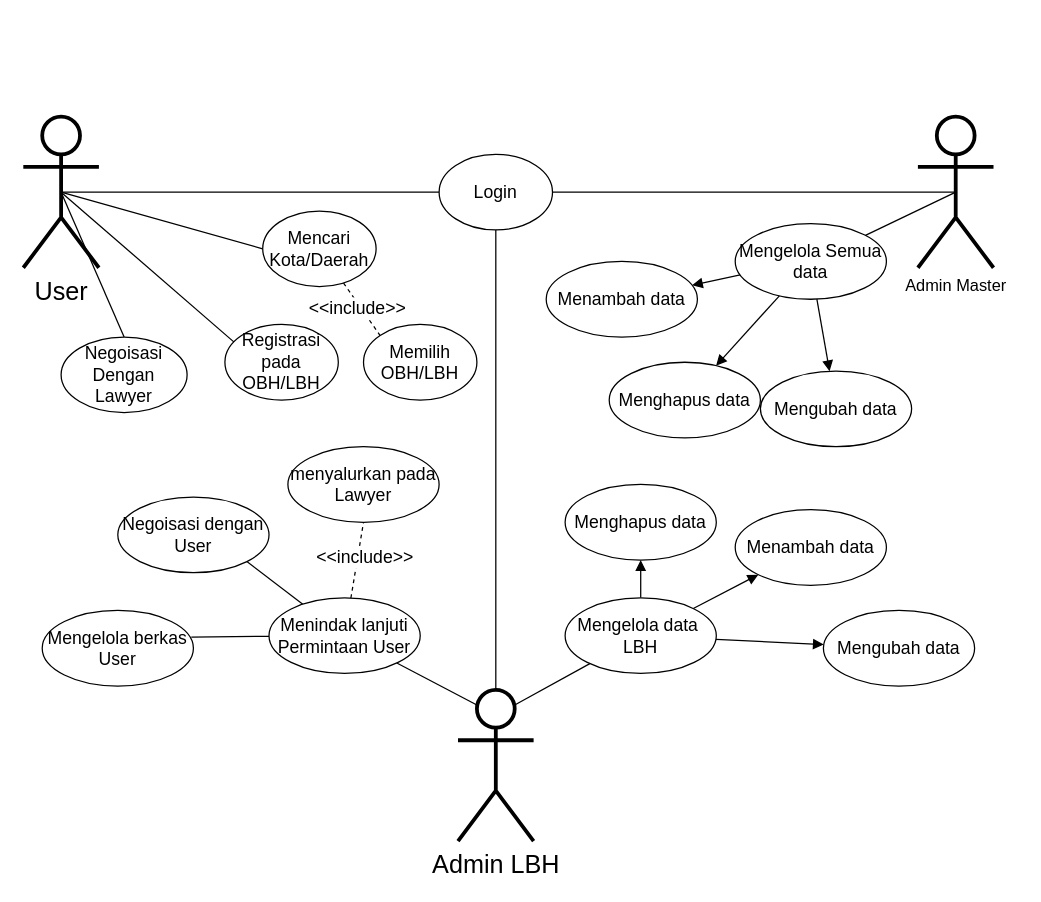
This is All_Diagram-PUI.drawio from naufalfirman23/FILE-DIAGRAM, a draw.io file, before an edit. Source tidied: cells renumbered, new cells numbered last; positions are measured from the earlier drawing's top-left corner, leaving out a move shared by most shapes. Both pictures are drawn from the tidied source at 126%, with x=0, y=0 at pixel (23, 116).
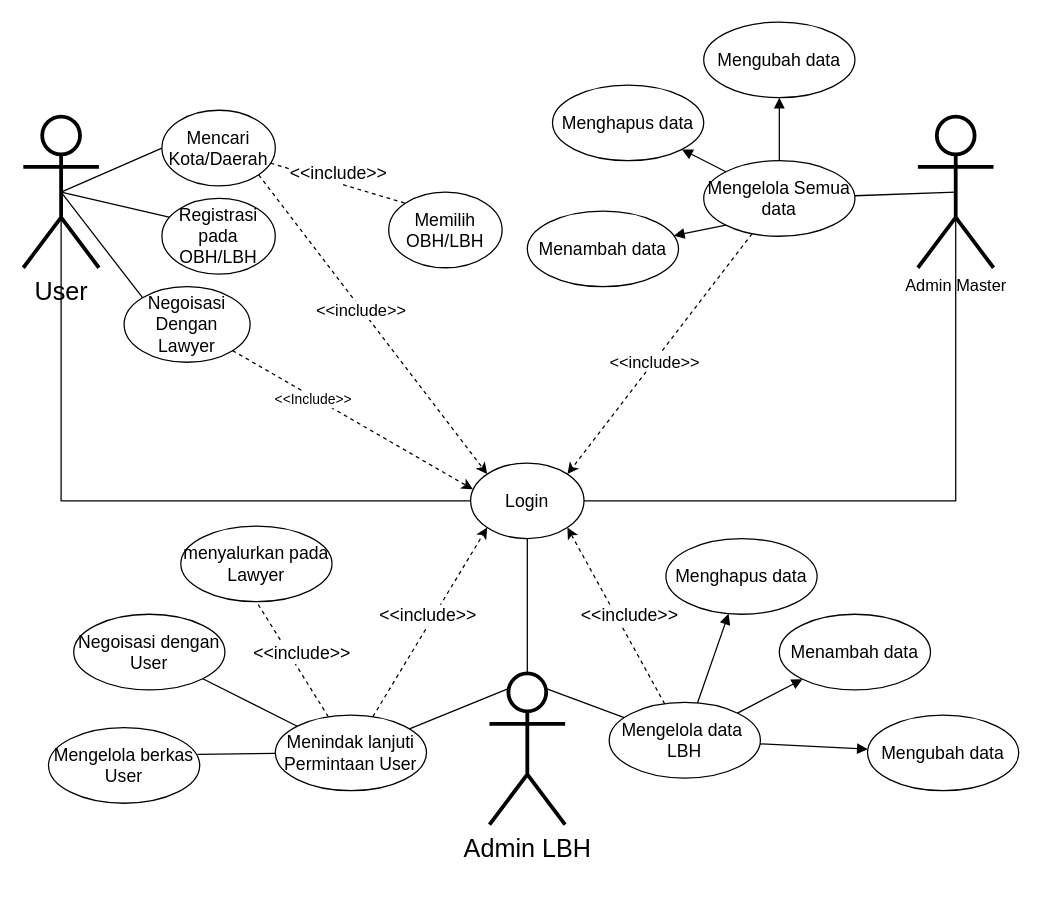
After the change.

Unchanged cells that the change refers to:
```xml
<mxCell id="8" style="rounded=0;jettySize=auto;html=1;entryX=0;entryY=0;entryDx=0;entryDy=0;endArrow=none;endFill=0;dashed=1;fontSize=14;" parent="1" edge="1" source="10" target="11">
  <mxGeometry relative="1" as="geometry" />
</mxCell>
<mxCell id="39" value="&lt;font style=&quot;font-size: 20px;&quot;&gt;User&lt;/font&gt;" style="shape=umlActor;verticalLabelPosition=bottom;verticalAlign=top;html=1;outlineConnect=0;strokeWidth=3;" parent="1" vertex="1">
  <mxGeometry width="60" height="120" as="geometry" />
</mxCell>
<mxCell id="40" value="&lt;font style=&quot;font-size: 13px;&quot;&gt;Admin Master&lt;/font&gt;" style="shape=umlActor;verticalLabelPosition=bottom;verticalAlign=top;html=1;outlineConnect=0;strokeWidth=3;" parent="1" vertex="1">
  <mxGeometry x="710" width="60" height="120" as="geometry" />
</mxCell>
```

What changed in the source:
```diff
@@
-    <mxCell id="2" style="rounded=0;jettySize=auto;html=1;endArrow=none;endFill=0;exitX=0.5;exitY=0.5;exitDx=0;exitDy=0;exitPerimeter=0;" parent="1" edge="1" source="40" target="6">
-      <mxGeometry relative="1" as="geometry" />
+    <mxCell id="2" style="rounded=0;jettySize=auto;html=1;endArrow=none;endFill=0;exitX=0.5;exitY=0.5;exitDx=0;exitDy=0;exitPerimeter=0;edgeStyle=orthogonalEdgeStyle;" parent="1" edge="1" source="40" target="6">
+      <mxGeometry relative="1" as="geometry">
+        <Array as="points">
+          <mxPoint x="740" y="305" />
+        </Array>
+      </mxGeometry>
     </mxCell>
@@
     <mxCell id="6" value="Login" style="ellipse;whiteSpace=wrap;html=1;fontSize=14;" parent="1" vertex="1">
-      <mxGeometry x="330" y="30" width="90" height="60" as="geometry" />
+      <mxGeometry x="355" y="275" width="90" height="60" as="geometry" />
     </mxCell>
-    <mxCell id="7" style="rounded=0;jettySize=auto;html=1;entryX=0;entryY=0.5;entryDx=0;entryDy=0;endArrow=none;endFill=0;exitX=0.5;exitY=0.5;exitDx=0;exitDy=0;exitPerimeter=0;fontSize=14;" parent="1" edge="1" source="39" target="6">
-      <mxGeometry relative="1" as="geometry" />
+    <mxCell id="7" style="rounded=0;jettySize=auto;html=1;entryX=0;entryY=0.5;entryDx=0;entryDy=0;endArrow=none;endFill=0;exitX=0.5;exitY=0.5;exitDx=0;exitDy=0;exitPerimeter=0;fontSize=14;edgeStyle=orthogonalEdgeStyle;" parent="1" edge="1" source="39" target="6">
+      <mxGeometry relative="1" as="geometry">
+        <Array as="points">
+          <mxPoint x="30" y="305" />
+        </Array>
+      </mxGeometry>
     </mxCell>
@@
     <mxCell id="9" value="&amp;lt;&amp;lt;include&amp;gt;&amp;gt;" style="edgeLabel;html=1;align=center;verticalAlign=middle;fontSize=14;" parent="8" vertex="1">
       <mxGeometry x="-0.37" y="-1" relative="1" as="geometry">
-        <mxPoint x="2" y="6" as="offset" />
+        <mxPoint x="20" y="-3" as="offset" />
       </mxGeometry>
     </mxCell>
+    <mxCell id="43" style="rounded=0;jettySize=auto;html=1;dashed=1;entryX=0;entryY=0;entryDx=0;entryDy=0;exitX=1;exitY=1;exitDx=0;exitDy=0;" parent="1" edge="1" source="10" target="6">
+      <mxGeometry relative="1" as="geometry" />
+    </mxCell>
+    <mxCell id="44" value="&amp;lt;&amp;lt;include&amp;gt;&amp;gt;" style="edgeLabel;html=1;align=center;verticalAlign=middle;fontSize=13;" parent="43" vertex="1">
+      <mxGeometry x="-0.1" y="-1" relative="1" as="geometry" />
+    </mxCell>
     <mxCell id="10" value="Mencari Kota/Daerah" style="ellipse;whiteSpace=wrap;html=1;fontSize=14;" parent="1" vertex="1">
-      <mxGeometry x="190" y="75" width="90" height="60" as="geometry" />
+      <mxGeometry x="110" y="-5" width="90" height="60" as="geometry" />
     </mxCell>
     <mxCell id="11" value="Memilih OBH/LBH" style="ellipse;whiteSpace=wrap;html=1;fontSize=14;" parent="1" vertex="1">
-      <mxGeometry x="270" y="165" width="90" height="60" as="geometry" />
+      <mxGeometry x="290" y="60" width="90" height="60" as="geometry" />
     </mxCell>
     <mxCell id="12" value="&lt;font&gt;Registrasi pada OBH/LBH&lt;/font&gt;" style="ellipse;whiteSpace=wrap;html=1;fontSize=14;" parent="1" vertex="1">
-      <mxGeometry x="160" y="165" width="90" height="60" as="geometry" />
+      <mxGeometry x="110" y="65" width="90" height="60" as="geometry" />
     </mxCell>
-    <mxCell id="13" style="rounded=0;jettySize=auto;html=1;endArrow=block;endFill=1;fontSize=14;" parent="1" edge="1" source="16" target="18">
+    <mxCell id="13" style="rounded=0;jettySize=auto;html=1;endArrow=block;endFill=1;fontSize=14;exitX=0;exitY=1;exitDx=0;exitDy=0;" parent="1" edge="1" source="16" target="18">
       <mxGeometry relative="1" as="geometry" />
     </mxCell>
-    <mxCell id="14" style="rounded=0;jettySize=auto;html=1;endArrow=block;endFill=1;fontSize=14;" parent="1" edge="1" source="16" target="17">
+    <mxCell id="14" style="rounded=0;jettySize=auto;html=1;endArrow=block;endFill=1;fontSize=14;exitX=0;exitY=0;exitDx=0;exitDy=0;" parent="1" edge="1" source="16" target="17">
       <mxGeometry relative="1" as="geometry" />
     </mxCell>
-    <mxCell id="15" style="rounded=0;jettySize=auto;html=1;endArrow=block;endFill=1;fontSize=14;" parent="1" edge="1" source="16" target="19">
+    <mxCell id="15" style="rounded=0;jettySize=auto;html=1;endArrow=block;endFill=1;fontSize=14;exitX=0.5;exitY=0;exitDx=0;exitDy=0;" parent="1" edge="1" source="16" target="19">
       <mxGeometry relative="1" as="geometry" />
     </mxCell>
     <mxCell id="16" value="Mengelola Semua data" style="ellipse;whiteSpace=wrap;html=1;fontSize=14;" parent="1" vertex="1">
-      <mxGeometry x="565" y="85" width="120" height="60" as="geometry" />
+      <mxGeometry x="540" y="35" width="120" height="60" as="geometry" />
     </mxCell>
     <mxCell id="17" value="Menghapus data" style="ellipse;whiteSpace=wrap;html=1;fontSize=14;" parent="1" vertex="1">
-      <mxGeometry x="465" y="195" width="120" height="60" as="geometry" />
+      <mxGeometry x="420" y="-25" width="120" height="60" as="geometry" />
     </mxCell>
     <mxCell id="18" value="Menambah data" style="ellipse;whiteSpace=wrap;html=1;fontSize=14;" parent="1" vertex="1">
-      <mxGeometry x="415" y="115" width="120" height="60" as="geometry" />
+      <mxGeometry x="400" y="75" width="120" height="60" as="geometry" />
     </mxCell>
     <mxCell id="19" value="Mengubah data" style="ellipse;whiteSpace=wrap;html=1;fontSize=14;" parent="1" vertex="1">
-      <mxGeometry x="585" y="202" width="120" height="60" as="geometry" />
+      <mxGeometry x="540" y="-75" width="120" height="60" as="geometry" />
     </mxCell>
@@
+    <mxCell id="45" style="rounded=0;jettySize=auto;html=1;entryX=1;entryY=1;entryDx=0;entryDy=0;dashed=1;" parent="1" edge="1" source="24" target="6">
+      <mxGeometry relative="1" as="geometry" />
+    </mxCell>
     <mxCell id="24" value="Mengelola data&amp;nbsp;&lt;div&gt;LBH&lt;/div&gt;" style="ellipse;whiteSpace=wrap;html=1;fontSize=14;" parent="1" vertex="1">
-      <mxGeometry x="430" y="382" width="120" height="60" as="geometry" />
+      <mxGeometry x="465" y="465" width="120" height="60" as="geometry" />
     </mxCell>
     <mxCell id="25" value="Menghapus data" style="ellipse;whiteSpace=wrap;html=1;fontSize=14;" parent="1" vertex="1">
-      <mxGeometry x="430" y="292" width="120" height="60" as="geometry" />
+      <mxGeometry x="510" y="335" width="120" height="60" as="geometry" />
     </mxCell>
     <mxCell id="26" value="Menambah data" style="ellipse;whiteSpace=wrap;html=1;fontSize=14;" parent="1" vertex="1">
-      <mxGeometry x="565" y="312" width="120" height="60" as="geometry" />
+      <mxGeometry x="600" y="395" width="120" height="60" as="geometry" />
     </mxCell>
     <mxCell id="27" value="Mengubah data" style="ellipse;whiteSpace=wrap;html=1;fontSize=14;" parent="1" vertex="1">
-      <mxGeometry x="635" y="392" width="120" height="60" as="geometry" />
+      <mxGeometry x="670" y="475" width="120" height="60" as="geometry" />
     </mxCell>
@@
+    <mxCell id="46" style="rounded=0;jettySize=auto;html=1;entryX=0;entryY=1;entryDx=0;entryDy=0;dashed=1;" parent="1" edge="1" source="30" target="6">
+      <mxGeometry relative="1" as="geometry" />
+    </mxCell>
     <mxCell id="30" value="Menindak lanjuti&lt;div&gt;Permintaan User&lt;/div&gt;" style="ellipse;whiteSpace=wrap;html=1;fontSize=14;" parent="1" vertex="1">
-      <mxGeometry x="195" y="382" width="120" height="60" as="geometry" />
+      <mxGeometry x="200" y="475" width="120" height="60" as="geometry" />
     </mxCell>
     <mxCell id="31" value="menyalurkan pada Lawyer" style="ellipse;whiteSpace=wrap;html=1;fontSize=14;" parent="1" vertex="1">
-      <mxGeometry x="210" y="262" width="120" height="60" as="geometry" />
+      <mxGeometry x="125" y="325" width="120" height="60" as="geometry" />
     </mxCell>
     <mxCell id="32" value="Negoisasi dengan User" style="ellipse;whiteSpace=wrap;html=1;fontSize=14;" parent="1" vertex="1">
-      <mxGeometry x="75" y="302" width="120" height="60" as="geometry" />
+      <mxGeometry x="40" y="395" width="120" height="60" as="geometry" />
     </mxCell>
     <mxCell id="33" value="Mengelola berkas User" style="ellipse;whiteSpace=wrap;html=1;fontSize=14;" parent="1" vertex="1">
-      <mxGeometry x="15" y="392" width="120" height="60" as="geometry" />
+      <mxGeometry x="20" y="485" width="120" height="60" as="geometry" />
     </mxCell>
@@
-    <mxCell id="36" style="rounded=0;jettySize=auto;html=1;entryX=0.5;entryY=0;entryDx=0;entryDy=0;endArrow=none;startFill=0;exitX=0.5;exitY=0.5;exitDx=0;exitDy=0;exitPerimeter=0;fontSize=14;" parent="1" edge="1" source="39" target="37">
+    <mxCell id="36" style="rounded=0;jettySize=auto;html=1;entryX=0;entryY=0;entryDx=0;entryDy=0;endArrow=none;startFill=0;exitX=0.5;exitY=0.5;exitDx=0;exitDy=0;exitPerimeter=0;fontSize=14;" parent="1" edge="1" source="39" target="37">
       <mxGeometry relative="1" as="geometry" />
     </mxCell>
+    <mxCell id="47" style="rounded=0;jettySize=auto;html=1;entryX=0.02;entryY=0.347;entryDx=0;entryDy=0;dashed=1;entryPerimeter=0;" parent="1" edge="1" source="37" target="6">
+      <mxGeometry relative="1" as="geometry" />
+    </mxCell>
+    <mxCell id="48" value="&amp;lt;&amp;lt;Include&amp;gt;&amp;gt;" style="edgeLabel;html=1;align=center;verticalAlign=middle;" parent="47" vertex="1">
+      <mxGeometry x="0.8" relative="1" as="geometry">
+        <mxPoint x="-108" y="-60" as="offset" />
+      </mxGeometry>
+    </mxCell>
     <mxCell id="37" value="&lt;font&gt;Negoisasi&lt;/font&gt;&lt;div&gt;&lt;font&gt;Dengan Lawyer&lt;/font&gt;&lt;/div&gt;" style="ellipse;whiteSpace=wrap;html=1;fontSize=14;" parent="1" vertex="1">
-      <mxGeometry x="30" y="175" width="100" height="60" as="geometry" />
+      <mxGeometry x="80" y="135" width="100" height="60" as="geometry" />
     </mxCell>
     <mxCell id="38" value="&amp;lt;&amp;lt;include&amp;gt;&amp;gt;" style="edgeLabel;html=1;align=center;verticalAlign=middle;fontSize=14;" parent="1" vertex="1">
-      <mxGeometry x="270" y="349" as="geometry" />
+      <mxGeometry x="220" y="425" as="geometry" />
     </mxCell>
@@
     <mxCell id="42" value="&lt;font style=&quot;font-size: 20px;&quot;&gt;Admin LBH&lt;/font&gt;" style="shape=umlActor;verticalLabelPosition=bottom;verticalAlign=top;html=1;outlineConnect=0;strokeWidth=3;" parent="1" vertex="1">
-      <mxGeometry x="345" y="455" width="60" height="120" as="geometry" />
+      <mxGeometry x="370" y="442" width="60" height="120" as="geometry" />
     </mxCell>
+    <mxCell id="49" style="rounded=0;jettySize=auto;html=1;entryX=1;entryY=0;entryDx=0;entryDy=0;dashed=1;" parent="1" edge="1" source="16" target="6">
+      <mxGeometry relative="1" as="geometry" />
+    </mxCell>
+    <mxCell id="50" value="&lt;font style=&quot;font-size: 13px;&quot;&gt;&amp;lt;&amp;lt;include&amp;gt;&amp;gt;&lt;/font&gt;" style="edgeLabel;html=1;align=center;verticalAlign=middle;" parent="49" vertex="1">
+      <mxGeometry x="0.06" relative="1" as="geometry" />
+    </mxCell>
+    <mxCell id="51" value="&amp;lt;&amp;lt;include&amp;gt;&amp;gt;" style="edgeLabel;html=1;align=center;verticalAlign=middle;fontSize=14;" parent="1" vertex="1">
+      <mxGeometry x="320" y="395" as="geometry" />
+    </mxCell>
+    <mxCell id="52" value="&amp;lt;&amp;lt;include&amp;gt;&amp;gt;" style="edgeLabel;html=1;align=center;verticalAlign=middle;fontSize=14;" parent="1" vertex="1">
+      <mxGeometry x="480" y="395" as="geometry" />
+    </mxCell>
```
